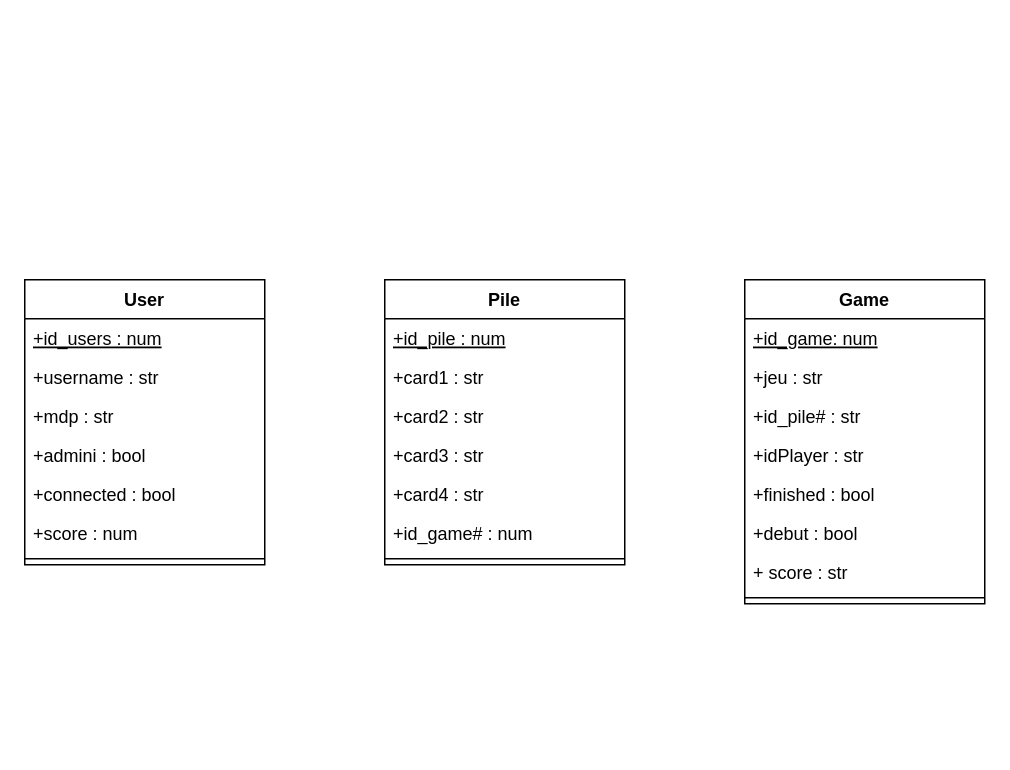
Above: Diagrams/Untitled Diagram.drawio in MailineN/ProjetInfo2A (draw.io), before the change. Source tidied: cells renumbered, new cells numbered last; positions are measured from the earlier drawing's top-left corner, leaving out a move shared by most shapes. Both pictures are drawn from the tidied source at 150%, with x=0, y=0 at pixel (24, 279).
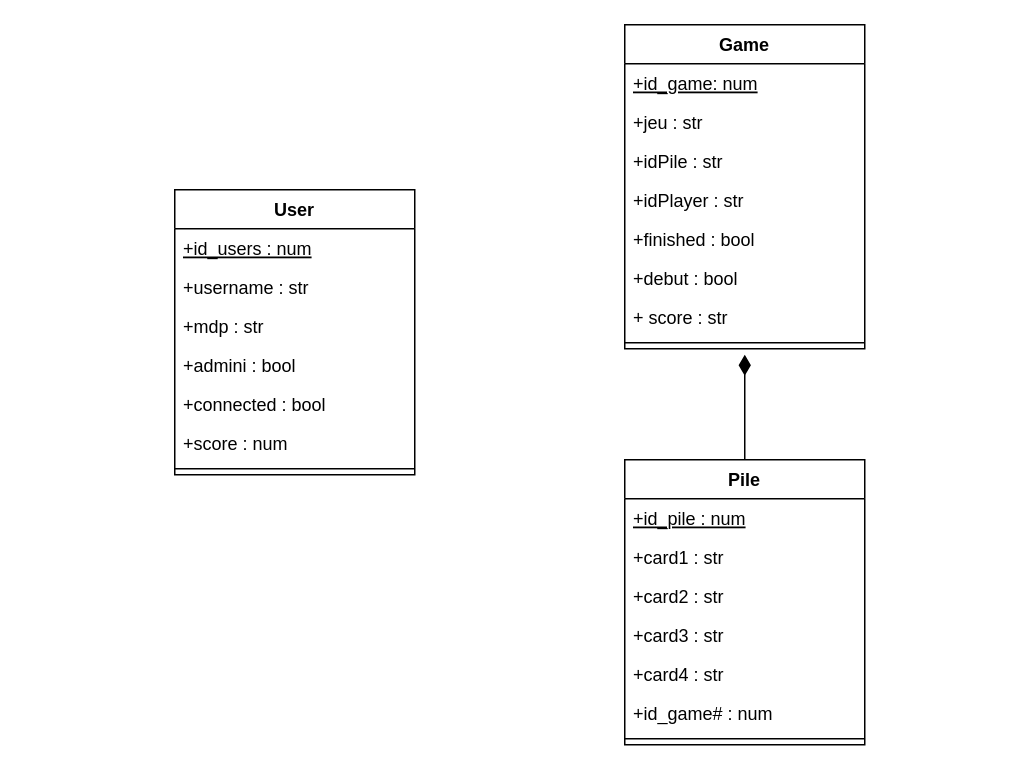
The same page after the edit.

Diff of the diagram source:
```diff
@@
     <mxCell id="2" value="User" style="swimlane;fontStyle=1;align=center;verticalAlign=top;horizontal=1;startSize=26;" parent="1" vertex="1">
-      <mxGeometry width="160" height="190" as="geometry" />
+      <mxGeometry x="100" y="-60" width="160" height="190" as="geometry" />
     </mxCell>
@@
+    <mxCell id="27" style="edgeStyle=orthogonalEdgeStyle;rounded=0;jettySize=auto;html=1;exitX=0.5;exitY=0;exitDx=0;exitDy=0;endArrow=diamondThin;endFill=1;startSize=13;endSize=11;" parent="1" edge="1" source="10">
+      <mxGeometry relative="1" as="geometry">
+        <mxPoint x="480" y="50" as="targetPoint" />
+      </mxGeometry>
+    </mxCell>
     <mxCell id="10" value="Pile" style="swimlane;fontStyle=1;align=center;verticalAlign=top;horizontal=1;startSize=26;" parent="1" vertex="1">
-      <mxGeometry x="240" width="160" height="190" as="geometry" />
+      <mxGeometry x="400" y="120" width="160" height="190" as="geometry" />
     </mxCell>
@@
     <mxCell id="18" value="Game" style="swimlane;fontStyle=1;align=center;verticalAlign=top;horizontal=1;startSize=26;" parent="1" vertex="1">
-      <mxGeometry x="480" width="160" height="216" as="geometry" />
+      <mxGeometry x="400" y="-170" width="160" height="216" as="geometry" />
     </mxCell>
@@
-    <mxCell id="21" value="+id_pile# : str" style="text;strokeColor=none;fillColor=none;align=left;verticalAlign=top;spacingLeft=4;spacingRight=4;overflow=hidden;" parent="18" vertex="1">
+    <mxCell id="21" value="+idPile : str" style="text;strokeColor=none;fillColor=none;align=left;verticalAlign=top;spacingLeft=4;spacingRight=4;overflow=hidden;" parent="18" vertex="1">
       <mxGeometry y="78" width="160" height="26" as="geometry" />
     </mxCell>
```
